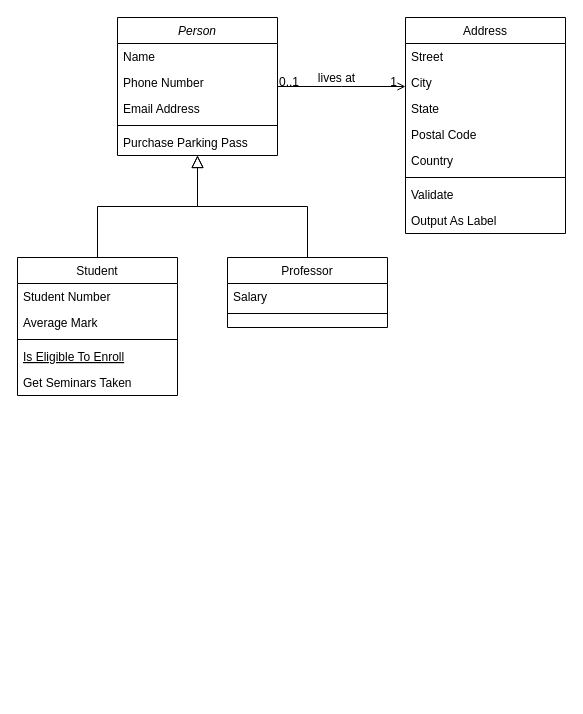
Before: Class-Diagram-Perpus-Digital-Tita.drawio in titapuspitas/perpus_digital, a draw.io diagram. Source tidied: cells renumbered, new cells numbered last; positions are measured from the earlier drawing's top-left corner, leaving out a move shared by most shapes. Both pictures are drawn from the tidied source at 100%, with x=0, y=0 at pixel (17, 17).
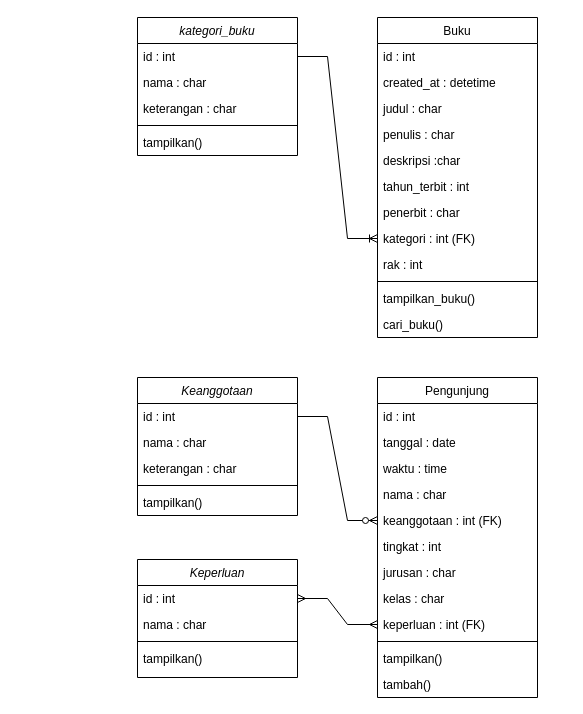
The same diagram, later.

Diff of the diagram source:
```diff
@@
-    <mxCell id="2" value="Person" style="swimlane;fontStyle=2;align=center;verticalAlign=top;horizontal=1;startSize=26;rounded=0;shadow=0;strokeWidth=1;" parent="1" vertex="1">
-      <mxGeometry x="100" width="160" height="138" as="geometry" />
+    <mxCell id="2" value="kategori_buku" style="swimlane;fontStyle=2;align=center;verticalAlign=top;horizontal=1;startSize=26;rounded=0;shadow=0;strokeWidth=1;" parent="1" vertex="1">
+      <mxGeometry x="120" width="160" height="138" as="geometry" />
     </mxCell>
-    <mxCell id="3" value="Name" style="text;align=left;verticalAlign=top;spacingLeft=4;spacingRight=4;overflow=hidden;points=[[0,0.5],[1,0.5]];portConstraint=eastwest;" parent="2" vertex="1">
+    <mxCell id="3" value="id : int" style="text;align=left;verticalAlign=top;spacingLeft=4;spacingRight=4;overflow=hidden;points=[[0,0.5],[1,0.5]];portConstraint=eastwest;" parent="2" vertex="1">
       <mxGeometry y="26" width="160" height="26" as="geometry" />
     </mxCell>
-    <mxCell id="4" value="Phone Number" style="text;align=left;verticalAlign=top;spacingLeft=4;spacingRight=4;overflow=hidden;rounded=0;shadow=0;html=0;" parent="2" vertex="1">
+    <mxCell id="4" value="nama : char" style="text;align=left;verticalAlign=top;spacingLeft=4;spacingRight=4;overflow=hidden;rounded=0;shadow=0;html=0;" parent="2" vertex="1">
       <mxGeometry y="52" width="160" height="26" as="geometry" />
     </mxCell>
-    <mxCell id="5" value="Email Address" style="text;align=left;verticalAlign=top;spacingLeft=4;spacingRight=4;overflow=hidden;rounded=0;shadow=0;html=0;" parent="2" vertex="1">
+    <mxCell id="5" value="keterangan : char" style="text;align=left;verticalAlign=top;spacingLeft=4;spacingRight=4;overflow=hidden;rounded=0;shadow=0;html=0;" parent="2" vertex="1">
       <mxGeometry y="78" width="160" height="26" as="geometry" />
     </mxCell>
@@
-    <mxCell id="7" value="Purchase Parking Pass" style="text;align=left;verticalAlign=top;spacingLeft=4;spacingRight=4;overflow=hidden;" parent="2" vertex="1">
+    <mxCell id="7" value="tampilkan()" style="text;align=left;verticalAlign=top;spacingLeft=4;spacingRight=4;overflow=hidden;" parent="2" vertex="1">
       <mxGeometry y="112" width="160" height="26" as="geometry" />
     </mxCell>
-    <mxCell id="8" value="Student" style="swimlane;fontStyle=0;align=center;verticalAlign=top;horizontal=1;startSize=26;rounded=0;shadow=0;strokeWidth=1;" parent="1" vertex="1">
-      <mxGeometry y="240" width="160" height="138" as="geometry" />
-    </mxCell>
-    <mxCell id="9" value="Student Number" style="text;align=left;verticalAlign=top;spacingLeft=4;spacingRight=4;overflow=hidden;" parent="8" vertex="1">
-      <mxGeometry y="26" width="160" height="26" as="geometry" />
-    </mxCell>
-    <mxCell id="10" value="Average Mark" style="text;align=left;verticalAlign=top;spacingLeft=4;spacingRight=4;overflow=hidden;rounded=0;shadow=0;html=0;" parent="8" vertex="1">
-      <mxGeometry y="52" width="160" height="26" as="geometry" />
-    </mxCell>
-    <mxCell id="11" style="line;html=1;strokeWidth=1;align=left;verticalAlign=middle;spacingTop=-1;spacingLeft=3;spacingRight=3;labelPosition=right;" parent="8" vertex="1">
-      <mxGeometry y="78" width="160" height="8" as="geometry" />
-    </mxCell>
-    <mxCell id="12" value="Is Eligible To Enroll" style="text;align=left;verticalAlign=top;spacingLeft=4;spacingRight=4;overflow=hidden;fontStyle=4;" parent="8" vertex="1">
-      <mxGeometry y="86" width="160" height="26" as="geometry" />
-    </mxCell>
-    <mxCell id="13" value="Get Seminars Taken" style="text;align=left;verticalAlign=top;spacingLeft=4;spacingRight=4;overflow=hidden;" parent="8" vertex="1">
-      <mxGeometry y="112" width="160" height="26" as="geometry" />
-    </mxCell>
-    <mxCell id="14" style="endArrow=block;endSize=10;endFill=0;shadow=0;strokeWidth=1;rounded=0;edgeStyle=elbowEdgeStyle;elbow=vertical;" parent="1" edge="1" source="8" target="2">
-      <mxGeometry relative="1" as="geometry" />
-    </mxCell>
-    <mxCell id="15" value="Professor" style="swimlane;fontStyle=0;align=center;verticalAlign=top;horizontal=1;startSize=26;rounded=0;shadow=0;strokeWidth=1;" parent="1" vertex="1">
-      <mxGeometry x="210" y="240" width="160" height="70" as="geometry" />
-    </mxCell>
-    <mxCell id="16" value="Salary" style="text;align=left;verticalAlign=top;spacingLeft=4;spacingRight=4;overflow=hidden;" parent="15" vertex="1">
-      <mxGeometry y="26" width="160" height="26" as="geometry" />
-    </mxCell>
-    <mxCell id="17" style="line;html=1;strokeWidth=1;align=left;verticalAlign=middle;spacingTop=-1;spacingLeft=3;spacingRight=3;labelPosition=right;" parent="15" vertex="1">
-      <mxGeometry y="52" width="160" height="8" as="geometry" />
-    </mxCell>
-    <mxCell id="18" style="endArrow=block;endSize=10;endFill=0;shadow=0;strokeWidth=1;rounded=0;edgeStyle=elbowEdgeStyle;elbow=vertical;" parent="1" edge="1" source="15" target="2">
-      <mxGeometry relative="1" as="geometry" />
-    </mxCell>
-    <mxCell id="19" value="Address" style="swimlane;fontStyle=0;align=center;verticalAlign=top;horizontal=1;startSize=26;rounded=0;shadow=0;strokeWidth=1;" parent="1" vertex="1">
-      <mxGeometry x="388" width="160" height="216" as="geometry" />
+    <mxCell id="19" value="Buku" style="swimlane;fontStyle=0;align=center;verticalAlign=top;horizontal=1;startSize=26;rounded=0;shadow=0;strokeWidth=1;" parent="1" vertex="1">
+      <mxGeometry x="360" width="160" height="320" as="geometry" />
     </mxCell>
-    <mxCell id="20" value="Street" style="text;align=left;verticalAlign=top;spacingLeft=4;spacingRight=4;overflow=hidden;" parent="19" vertex="1">
+    <mxCell id="20" value="id : int" style="text;align=left;verticalAlign=top;spacingLeft=4;spacingRight=4;overflow=hidden;" parent="19" vertex="1">
       <mxGeometry y="26" width="160" height="26" as="geometry" />
     </mxCell>
-    <mxCell id="21" value="City" style="text;align=left;verticalAlign=top;spacingLeft=4;spacingRight=4;overflow=hidden;rounded=0;shadow=0;html=0;" parent="19" vertex="1">
+    <mxCell id="21" value="created_at : detetime" style="text;align=left;verticalAlign=top;spacingLeft=4;spacingRight=4;overflow=hidden;rounded=0;shadow=0;html=0;" parent="19" vertex="1">
       <mxGeometry y="52" width="160" height="26" as="geometry" />
     </mxCell>
-    <mxCell id="22" value="State" style="text;align=left;verticalAlign=top;spacingLeft=4;spacingRight=4;overflow=hidden;rounded=0;shadow=0;html=0;" parent="19" vertex="1">
+    <mxCell id="22" value="judul : char" style="text;align=left;verticalAlign=top;spacingLeft=4;spacingRight=4;overflow=hidden;rounded=0;shadow=0;html=0;" parent="19" vertex="1">
       <mxGeometry y="78" width="160" height="26" as="geometry" />
     </mxCell>
-    <mxCell id="23" value="Postal Code" style="text;align=left;verticalAlign=top;spacingLeft=4;spacingRight=4;overflow=hidden;rounded=0;shadow=0;html=0;" parent="19" vertex="1">
+    <mxCell id="23" value="penulis : char" style="text;align=left;verticalAlign=top;spacingLeft=4;spacingRight=4;overflow=hidden;rounded=0;shadow=0;html=0;" parent="19" vertex="1">
       <mxGeometry y="104" width="160" height="26" as="geometry" />
     </mxCell>
-    <mxCell id="24" value="Country" style="text;align=left;verticalAlign=top;spacingLeft=4;spacingRight=4;overflow=hidden;rounded=0;shadow=0;html=0;" parent="19" vertex="1">
+    <mxCell id="24" value="deskripsi :char" style="text;align=left;verticalAlign=top;spacingLeft=4;spacingRight=4;overflow=hidden;rounded=0;shadow=0;html=0;" parent="19" vertex="1">
       <mxGeometry y="130" width="160" height="26" as="geometry" />
     </mxCell>
+    <mxCell id="32" value="tahun_terbit : int" style="text;align=left;verticalAlign=top;spacingLeft=4;spacingRight=4;overflow=hidden;rounded=0;shadow=0;html=0;" parent="19" vertex="1">
+      <mxGeometry y="156" width="160" height="26" as="geometry" />
+    </mxCell>
+    <mxCell id="33" value="penerbit : char" style="text;align=left;verticalAlign=top;spacingLeft=4;spacingRight=4;overflow=hidden;rounded=0;shadow=0;html=0;" parent="19" vertex="1">
+      <mxGeometry y="182" width="160" height="26" as="geometry" />
+    </mxCell>
+    <mxCell id="34" value="kategori : int (FK)" style="text;align=left;verticalAlign=top;spacingLeft=4;spacingRight=4;overflow=hidden;points=[[0,0.5],[1,0.5]];portConstraint=eastwest;rounded=0;shadow=0;html=0;" parent="19" vertex="1">
+      <mxGeometry y="208" width="160" height="26" as="geometry" />
+    </mxCell>
+    <mxCell id="35" value="rak : int" style="text;align=left;verticalAlign=top;spacingLeft=4;spacingRight=4;overflow=hidden;rounded=0;shadow=0;html=0;" parent="19" vertex="1">
+      <mxGeometry y="234" width="160" height="26" as="geometry" />
+    </mxCell>
     <mxCell id="25" style="line;html=1;strokeWidth=1;align=left;verticalAlign=middle;spacingTop=-1;spacingLeft=3;spacingRight=3;labelPosition=right;" parent="19" vertex="1">
-      <mxGeometry y="156" width="160" height="8" as="geometry" />
+      <mxGeometry y="260" width="160" height="8" as="geometry" />
     </mxCell>
-    <mxCell id="26" value="Validate" style="text;align=left;verticalAlign=top;spacingLeft=4;spacingRight=4;overflow=hidden;" parent="19" vertex="1">
-      <mxGeometry y="164" width="160" height="26" as="geometry" />
+    <mxCell id="26" value="tampilkan_buku()" style="text;align=left;verticalAlign=top;spacingLeft=4;spacingRight=4;overflow=hidden;" parent="19" vertex="1">
+      <mxGeometry y="268" width="160" height="26" as="geometry" />
     </mxCell>
-    <mxCell id="27" value="Output As Label" style="text;align=left;verticalAlign=top;spacingLeft=4;spacingRight=4;overflow=hidden;" parent="19" vertex="1">
-      <mxGeometry y="190" width="160" height="26" as="geometry" />
+    <mxCell id="27" value="cari_buku()" style="text;align=left;verticalAlign=top;spacingLeft=4;spacingRight=4;overflow=hidden;" parent="19" vertex="1">
+      <mxGeometry y="294" width="160" height="26" as="geometry" />
     </mxCell>
-    <mxCell id="28" style="endArrow=open;shadow=0;strokeWidth=1;rounded=0;endFill=1;edgeStyle=elbowEdgeStyle;elbow=vertical;" parent="1" edge="1" source="2" target="19">
-      <mxGeometry x="0.5" y="41" relative="1" as="geometry">
-        <mxPoint x="-40" y="32" as="offset" />
-      </mxGeometry>
-    </mxCell>
-    <mxCell id="29" value="0..1" style="align=left;verticalAlign=bottom;labelBackgroundColor=none;fontSize=12;" parent="28" vertex="1">
-      <mxGeometry x="-1" relative="1" as="geometry">
-        <mxPoint y="4" as="offset" />
-      </mxGeometry>
-    </mxCell>
-    <mxCell id="30" value="1" style="align=right;verticalAlign=bottom;labelBackgroundColor=none;fontSize=12;" parent="28" vertex="1">
-      <mxGeometry x="1" relative="1" as="geometry">
-        <mxPoint x="-7" y="4" as="offset" />
-      </mxGeometry>
-    </mxCell>
-    <mxCell id="31" value="lives at" style="text;html=1;align=center;verticalAlign=middle;labelBackgroundColor=none;rounded=0;shadow=0;strokeWidth=1;fontSize=12;" parent="28" vertex="1">
-      <mxGeometry x="0.5" y="49" relative="1" as="geometry">
-        <mxPoint x="-38" y="40" as="offset" />
-      </mxGeometry>
-    </mxCell>
+    <mxCell id="36" value="Keanggotaan" style="swimlane;fontStyle=2;align=center;verticalAlign=top;horizontal=1;startSize=26;rounded=0;shadow=0;strokeWidth=1;" parent="1" vertex="1">
+      <mxGeometry x="120" y="360" width="160" height="138" as="geometry" />
+    </mxCell>
+    <mxCell id="37" value="id : int" style="text;align=left;verticalAlign=top;spacingLeft=4;spacingRight=4;overflow=hidden;points=[[0,0.5],[1,0.5]];portConstraint=eastwest;" parent="36" vertex="1">
+      <mxGeometry y="26" width="160" height="26" as="geometry" />
+    </mxCell>
+    <mxCell id="38" value="nama : char" style="text;align=left;verticalAlign=top;spacingLeft=4;spacingRight=4;overflow=hidden;rounded=0;shadow=0;html=0;" parent="36" vertex="1">
+      <mxGeometry y="52" width="160" height="26" as="geometry" />
+    </mxCell>
+    <mxCell id="39" value="keterangan : char" style="text;align=left;verticalAlign=top;spacingLeft=4;spacingRight=4;overflow=hidden;rounded=0;shadow=0;html=0;" parent="36" vertex="1">
+      <mxGeometry y="78" width="160" height="26" as="geometry" />
+    </mxCell>
+    <mxCell id="40" style="line;html=1;strokeWidth=1;align=left;verticalAlign=middle;spacingTop=-1;spacingLeft=3;spacingRight=3;labelPosition=right;" parent="36" vertex="1">
+      <mxGeometry y="104" width="160" height="8" as="geometry" />
+    </mxCell>
+    <mxCell id="41" value="tampilkan()" style="text;align=left;verticalAlign=top;spacingLeft=4;spacingRight=4;overflow=hidden;" parent="36" vertex="1">
+      <mxGeometry y="112" width="160" height="26" as="geometry" />
+    </mxCell>
+    <mxCell id="42" value="Pengunjung" style="swimlane;fontStyle=0;align=center;verticalAlign=top;horizontal=1;startSize=26;rounded=0;shadow=0;strokeWidth=1;" parent="1" vertex="1">
+      <mxGeometry x="360" y="360" width="160" height="320" as="geometry" />
+    </mxCell>
+    <mxCell id="43" value="id : int" style="text;align=left;verticalAlign=top;spacingLeft=4;spacingRight=4;overflow=hidden;" parent="42" vertex="1">
+      <mxGeometry y="26" width="160" height="26" as="geometry" />
+    </mxCell>
+    <mxCell id="44" value="tanggal : date" style="text;align=left;verticalAlign=top;spacingLeft=4;spacingRight=4;overflow=hidden;rounded=0;shadow=0;html=0;" parent="42" vertex="1">
+      <mxGeometry y="52" width="160" height="26" as="geometry" />
+    </mxCell>
+    <mxCell id="45" value="waktu : time" style="text;align=left;verticalAlign=top;spacingLeft=4;spacingRight=4;overflow=hidden;rounded=0;shadow=0;html=0;" parent="42" vertex="1">
+      <mxGeometry y="78" width="160" height="26" as="geometry" />
+    </mxCell>
+    <mxCell id="46" value="nama : char" style="text;align=left;verticalAlign=top;spacingLeft=4;spacingRight=4;overflow=hidden;rounded=0;shadow=0;html=0;" parent="42" vertex="1">
+      <mxGeometry y="104" width="160" height="26" as="geometry" />
+    </mxCell>
+    <mxCell id="47" value="keanggotaan : int (FK)" style="text;align=left;verticalAlign=top;spacingLeft=4;spacingRight=4;overflow=hidden;points=[[0,0.5],[1,0.5]];portConstraint=eastwest;rounded=0;shadow=0;html=0;" parent="42" vertex="1">
+      <mxGeometry y="130" width="160" height="26" as="geometry" />
+    </mxCell>
+    <mxCell id="48" value="tingkat : int" style="text;align=left;verticalAlign=top;spacingLeft=4;spacingRight=4;overflow=hidden;rounded=0;shadow=0;html=0;" parent="42" vertex="1">
+      <mxGeometry y="156" width="160" height="26" as="geometry" />
+    </mxCell>
+    <mxCell id="49" value="jurusan : char" style="text;align=left;verticalAlign=top;spacingLeft=4;spacingRight=4;overflow=hidden;rounded=0;shadow=0;html=0;" parent="42" vertex="1">
+      <mxGeometry y="182" width="160" height="26" as="geometry" />
+    </mxCell>
+    <mxCell id="50" value="kelas : char" style="text;align=left;verticalAlign=top;spacingLeft=4;spacingRight=4;overflow=hidden;rounded=0;shadow=0;html=0;" parent="42" vertex="1">
+      <mxGeometry y="208" width="160" height="26" as="geometry" />
+    </mxCell>
+    <mxCell id="51" value="keperluan : int (FK)" style="text;align=left;verticalAlign=top;spacingLeft=4;spacingRight=4;overflow=hidden;points=[[0,0.5],[1,0.5]];portConstraint=eastwest;rounded=0;shadow=0;html=0;" parent="42" vertex="1">
+      <mxGeometry y="234" width="160" height="26" as="geometry" />
+    </mxCell>
+    <mxCell id="52" style="line;html=1;strokeWidth=1;align=left;verticalAlign=middle;spacingTop=-1;spacingLeft=3;spacingRight=3;labelPosition=right;" parent="42" vertex="1">
+      <mxGeometry y="260" width="160" height="8" as="geometry" />
+    </mxCell>
+    <mxCell id="53" value="tampilkan()" style="text;align=left;verticalAlign=top;spacingLeft=4;spacingRight=4;overflow=hidden;" parent="42" vertex="1">
+      <mxGeometry y="268" width="160" height="26" as="geometry" />
+    </mxCell>
+    <mxCell id="54" value="tambah()" style="text;align=left;verticalAlign=top;spacingLeft=4;spacingRight=4;overflow=hidden;" parent="42" vertex="1">
+      <mxGeometry y="294" width="160" height="26" as="geometry" />
+    </mxCell>
+    <mxCell id="55" value="Keperluan" style="swimlane;fontStyle=2;align=center;verticalAlign=top;horizontal=1;startSize=26;rounded=0;shadow=0;strokeWidth=1;" parent="1" vertex="1">
+      <mxGeometry x="120" y="542" width="160" height="118" as="geometry" />
+    </mxCell>
+    <mxCell id="56" value="id : int" style="text;align=left;verticalAlign=top;spacingLeft=4;spacingRight=4;overflow=hidden;points=[[0,0.5],[1,0.5]];portConstraint=eastwest;" parent="55" vertex="1">
+      <mxGeometry y="26" width="160" height="26" as="geometry" />
+    </mxCell>
+    <mxCell id="57" value="nama : char" style="text;align=left;verticalAlign=top;spacingLeft=4;spacingRight=4;overflow=hidden;rounded=0;shadow=0;html=0;" parent="55" vertex="1">
+      <mxGeometry y="52" width="160" height="26" as="geometry" />
+    </mxCell>
+    <mxCell id="11" style="line;html=1;strokeWidth=1;align=left;verticalAlign=middle;spacingTop=-1;spacingLeft=3;spacingRight=3;labelPosition=right;" parent="55" vertex="1">
+      <mxGeometry y="78" width="160" height="8" as="geometry" />
+    </mxCell>
+    <mxCell id="58" value="tampilkan()" style="text;align=left;verticalAlign=top;spacingLeft=4;spacingRight=4;overflow=hidden;" parent="55" vertex="1">
+      <mxGeometry y="86" width="160" height="26" as="geometry" />
+    </mxCell>
+    <mxCell id="59" style="edgeStyle=entityRelationEdgeStyle;fontSize=12;html=1;endArrow=ERzeroToMany;endFill=1;rounded=0;exitX=1;exitY=0.5;exitDx=0;exitDy=0;entryX=0;entryY=0.5;entryDx=0;entryDy=0;" parent="1" edge="1" source="37" target="47">
+      <mxGeometry relative="1" as="geometry" />
+    </mxCell>
+    <mxCell id="60" style="edgeStyle=entityRelationEdgeStyle;fontSize=12;html=1;endArrow=ERmany;startArrow=ERmany;rounded=0;exitX=1;exitY=0.5;exitDx=0;exitDy=0;entryX=0;entryY=0.5;entryDx=0;entryDy=0;" parent="1" edge="1" source="56" target="51">
+      <mxGeometry relative="1" as="geometry" />
+    </mxCell>
+    <mxCell id="61" style="edgeStyle=entityRelationEdgeStyle;fontSize=12;html=1;endArrow=ERoneToMany;rounded=0;exitX=1;exitY=0.5;exitDx=0;exitDy=0;entryX=0;entryY=0.5;entryDx=0;entryDy=0;" parent="1" edge="1" source="3" target="34">
+      <mxGeometry relative="1" as="geometry" />
+    </mxCell>
```
